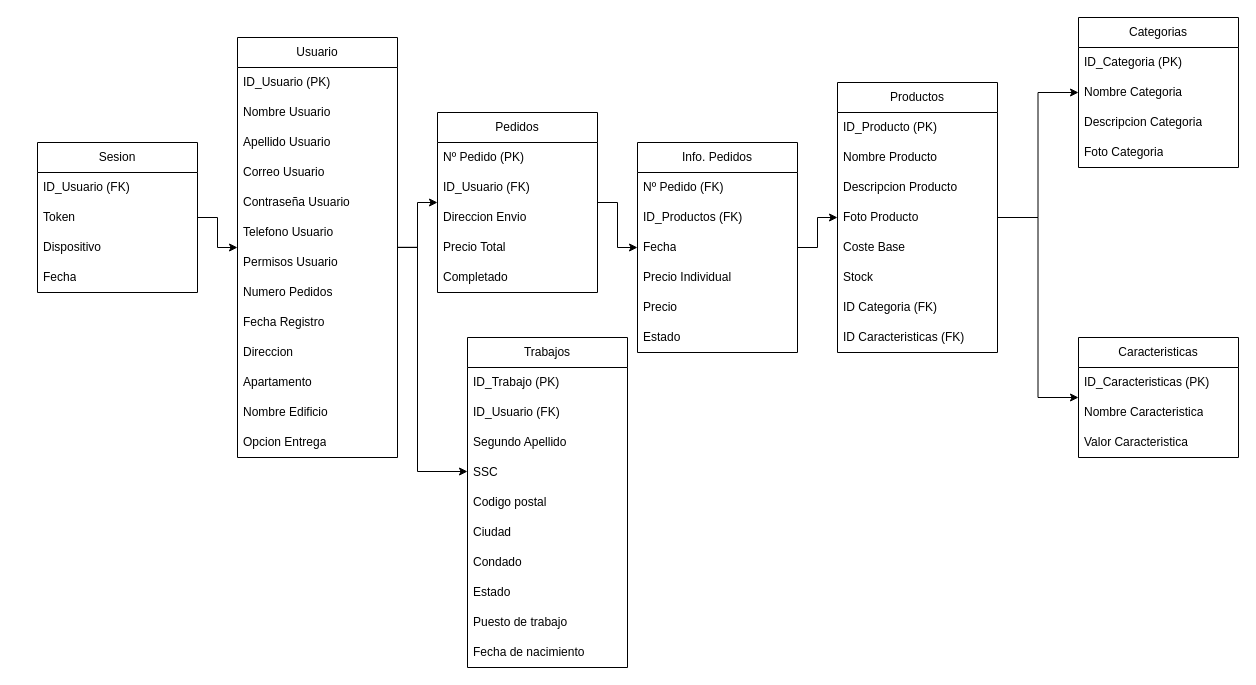
Above: page "Tabla" (2 of 2) of BBDDTFG.drawio in meeeww/tfg_server (draw.io), before the change. Source tidied: cells renumbered, new cells numbered last; positions are measured from the earlier drawing's top-left corner, leaving out a move shared by most shapes. Both pictures are drawn from the tidied source at 100%, with x=0, y=0 at pixel (37, 17).
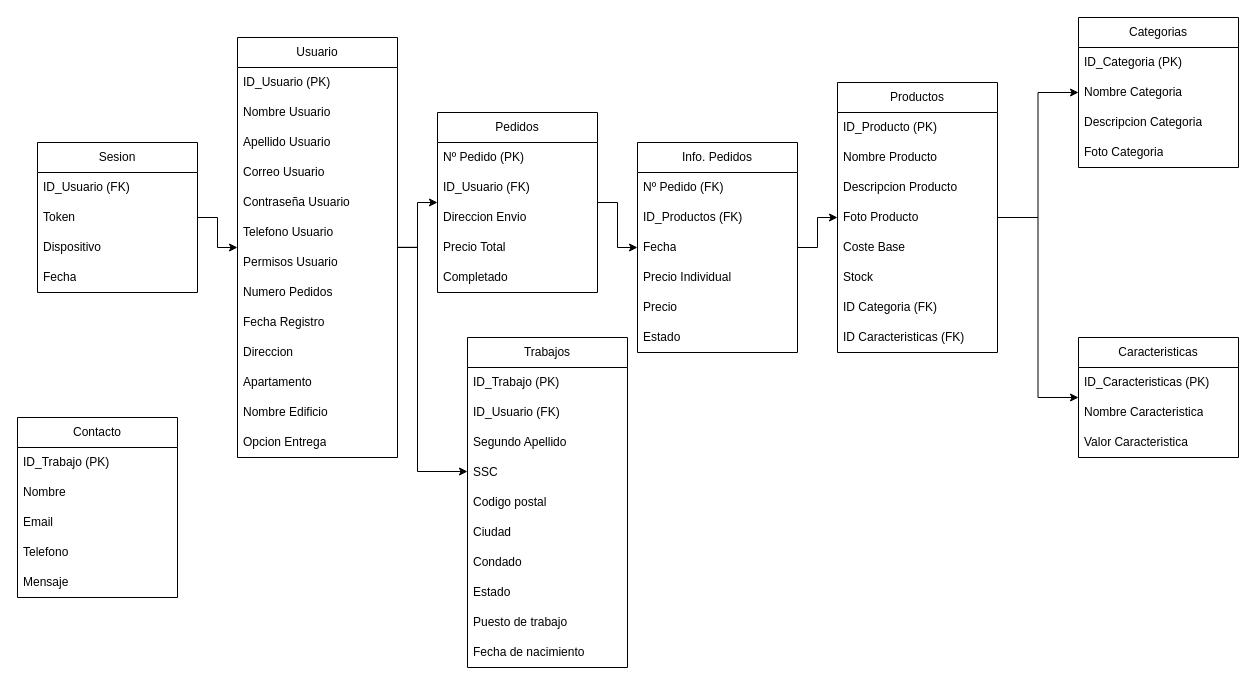
The same page after the edit.

Change to the diagram source:
```diff
@@
+    <mxCell id="70" value="Contacto" style="swimlane;fontStyle=0;horizontal=1;startSize=30;whiteSpace=wrap;html=1;" parent="1" vertex="1">
+      <mxGeometry x="-20" y="400" width="160" height="180" as="geometry" />
+    </mxCell>
+    <mxCell id="71" value="ID_Trabajo (PK)" style="text;strokeColor=none;fillColor=none;align=left;verticalAlign=middle;spacingLeft=4;spacingRight=4;overflow=hidden;whiteSpace=wrap;html=1;" parent="70" vertex="1">
+      <mxGeometry y="30" width="160" height="30" as="geometry" />
+    </mxCell>
+    <mxCell id="72" value="Nombre" style="text;strokeColor=none;fillColor=none;align=left;verticalAlign=middle;spacingLeft=4;spacingRight=4;overflow=hidden;whiteSpace=wrap;html=1;" parent="70" vertex="1">
+      <mxGeometry y="60" width="160" height="30" as="geometry" />
+    </mxCell>
+    <mxCell id="73" value="Email" style="text;strokeColor=none;fillColor=none;align=left;verticalAlign=middle;spacingLeft=4;spacingRight=4;overflow=hidden;whiteSpace=wrap;html=1;" parent="70" vertex="1">
+      <mxGeometry y="90" width="160" height="30" as="geometry" />
+    </mxCell>
+    <mxCell id="74" value="Telefono" style="text;strokeColor=none;fillColor=none;align=left;verticalAlign=middle;spacingLeft=4;spacingRight=4;overflow=hidden;whiteSpace=wrap;html=1;" parent="70" vertex="1">
+      <mxGeometry y="120" width="160" height="30" as="geometry" />
+    </mxCell>
+    <mxCell id="75" value="Mensaje" style="text;strokeColor=none;fillColor=none;align=left;verticalAlign=middle;spacingLeft=4;spacingRight=4;overflow=hidden;whiteSpace=wrap;html=1;" parent="70" vertex="1">
+      <mxGeometry y="150" width="160" height="30" as="geometry" />
+    </mxCell>
```
